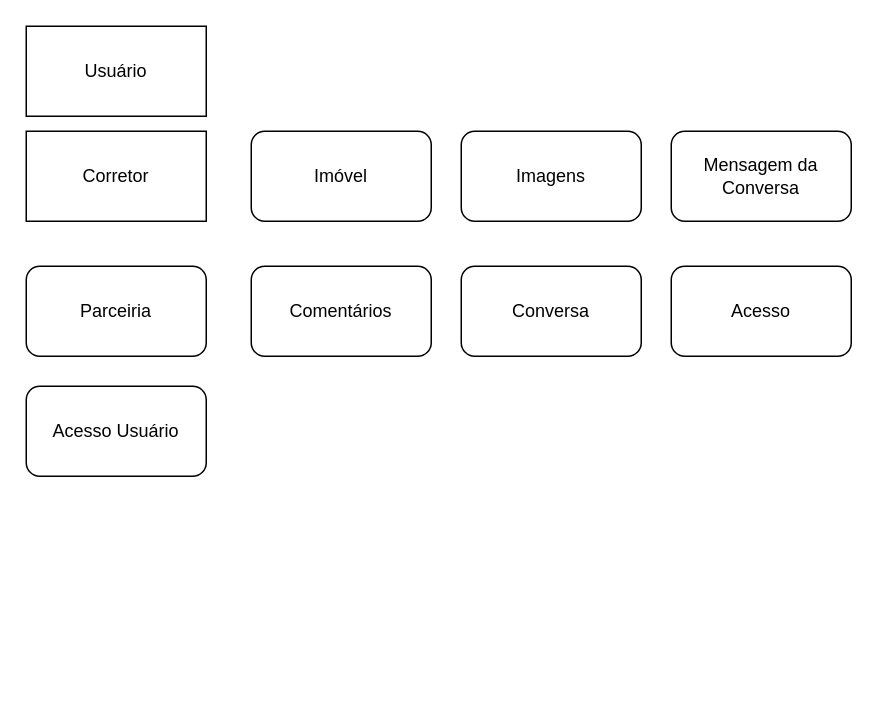
Before: Untitled Diagram.drawio in maanoel/diagrams, a draw.io diagram. Source tidied: cells renumbered, new cells numbered last; positions are measured from the earlier drawing's top-left corner, leaving out a move shared by most shapes. Both pictures are drawn from the tidied source at 150%, with x=0, y=0 at pixel (26, 26).
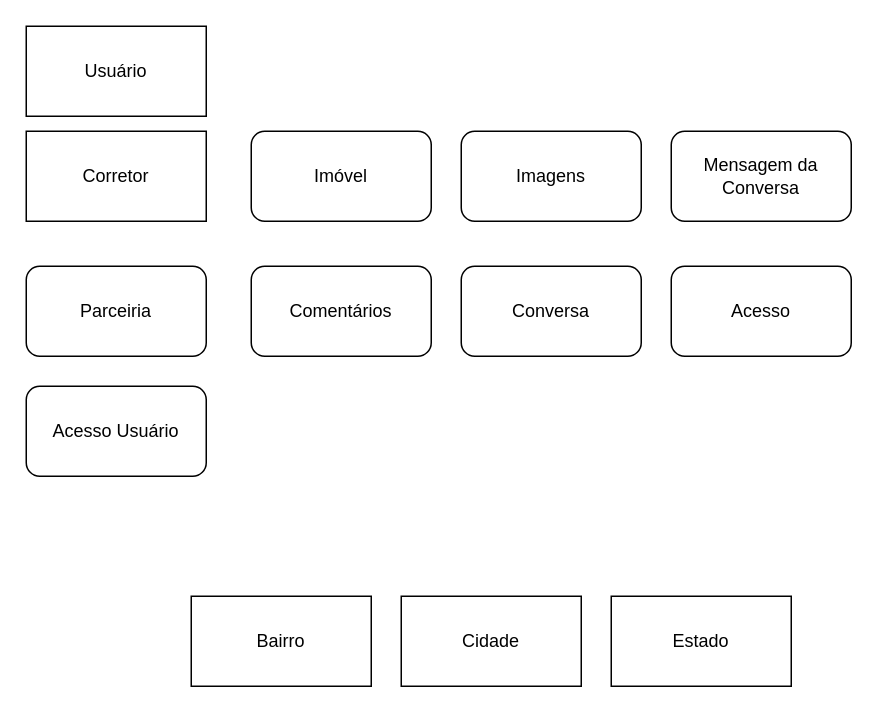
After the change.

Change to the diagram source:
```diff
@@
 <mxGraphModel>
   <root>
     <mxCell id="0" />
     <mxCell id="1" parent="0" />
     <mxCell id="2" value="Corretor&lt;br&gt;" style="rounded=0;whiteSpace=wrap;html=1;" parent="1" vertex="1">
       <mxGeometry y="70" width="120" height="60" as="geometry" />
     </mxCell>
     <mxCell id="3" value="Imóvel" style="rounded=1;whiteSpace=wrap;html=1;" parent="1" vertex="1">
       <mxGeometry x="150" y="70" width="120" height="60" as="geometry" />
     </mxCell>
     <mxCell id="4" value="Imagens&lt;br&gt;" style="rounded=1;whiteSpace=wrap;html=1;" parent="1" vertex="1">
       <mxGeometry x="290" y="70" width="120" height="60" as="geometry" />
     </mxCell>
     <mxCell id="5" value="Parceiria&lt;br&gt;" style="rounded=1;whiteSpace=wrap;html=1;" parent="1" vertex="1">
       <mxGeometry y="160" width="120" height="60" as="geometry" />
     </mxCell>
     <mxCell id="6" value="Comentários" style="rounded=1;whiteSpace=wrap;html=1;" parent="1" vertex="1">
       <mxGeometry x="150" y="160" width="120" height="60" as="geometry" />
     </mxCell>
     <mxCell id="7" value="Conversa" style="rounded=1;whiteSpace=wrap;html=1;" parent="1" vertex="1">
       <mxGeometry x="290" y="160" width="120" height="60" as="geometry" />
     </mxCell>
     <mxCell id="8" value="Mensagem da Conversa" style="rounded=1;whiteSpace=wrap;html=1;" parent="1" vertex="1">
       <mxGeometry x="430" y="70" width="120" height="60" as="geometry" />
     </mxCell>
     <mxCell id="9" value="Acesso" style="rounded=1;whiteSpace=wrap;html=1;" parent="1" vertex="1">
       <mxGeometry x="430" y="160" width="120" height="60" as="geometry" />
     </mxCell>
     <mxCell id="10" value="Acesso Usuário" style="rounded=1;whiteSpace=wrap;html=1;" parent="1" vertex="1">
       <mxGeometry y="240" width="120" height="60" as="geometry" />
     </mxCell>
     <mxCell id="11" value="Usuário" style="rounded=0;whiteSpace=wrap;html=1;" parent="1" vertex="1">
       <mxGeometry width="120" height="60" as="geometry" />
     </mxCell>
+    <mxCell id="12" value="Bairro&lt;br&gt;" style="rounded=0;whiteSpace=wrap;html=1;" parent="1" vertex="1">
+      <mxGeometry x="110" y="380" width="120" height="60" as="geometry" />
+    </mxCell>
+    <mxCell id="13" value="Cidade&lt;br&gt;" style="rounded=0;whiteSpace=wrap;html=1;" parent="1" vertex="1">
+      <mxGeometry x="250" y="380" width="120" height="60" as="geometry" />
+    </mxCell>
+    <mxCell id="14" value="Estado" style="rounded=0;whiteSpace=wrap;html=1;" parent="1" vertex="1">
+      <mxGeometry x="390" y="380" width="120" height="60" as="geometry" />
+    </mxCell>
   </root>
 </mxGraphModel>
```
